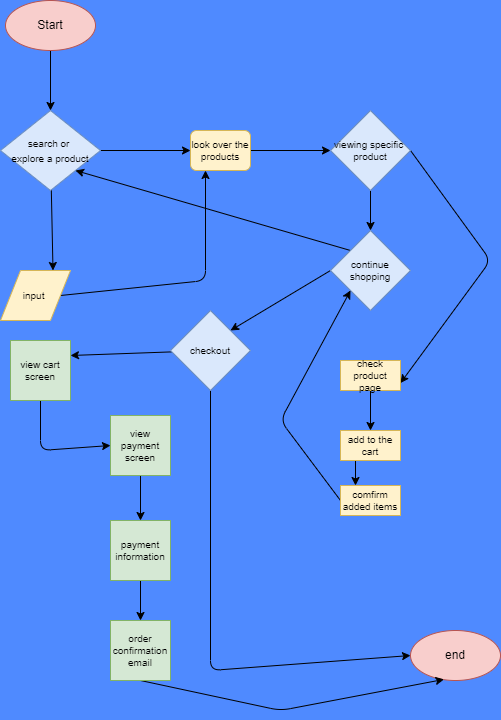
The draw.io diagram explore/diagramming/diagram.drawio.png in ojeengammah/fa22-cse110-lab4, before a commit. Source tidied: cells renumbered, new cells last; positions are measured from the earlier drawing's top-left corner, leaving out a move shared by most shapes.
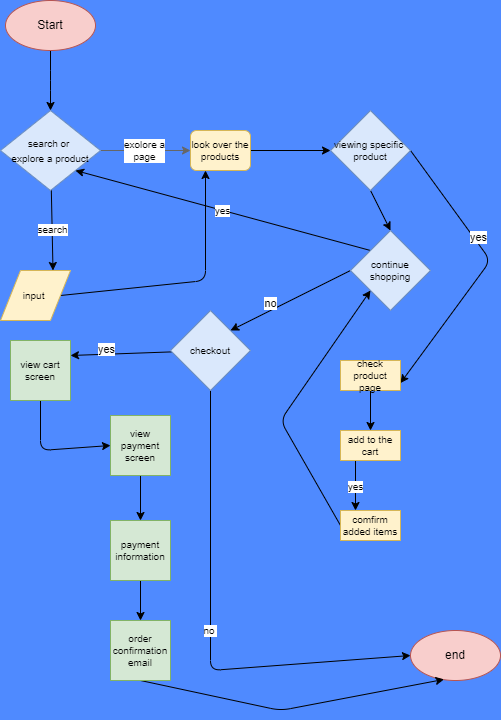
Above is the later version.

Diff of the diagram source:
```diff
@@ -3,15 +3,19 @@
     <mxCell id="0" />
     <mxCell id="1" parent="0" />
     <mxCell id="2" style="edgeStyle=none;html=1;fontSize=10;" parent="1" edge="1" source="3" target="6">
-      <mxGeometry relative="1" as="geometry" />
+      <mxGeometry relative="1" as="geometry">
+        <Array as="points">
+          <mxPoint x="50" y="80" />
+        </Array>
+      </mxGeometry>
     </mxCell>
     <mxCell id="3" value="Start" style="ellipse;whiteSpace=wrap;html=1;fillColor=#f8cecc;strokeColor=#b85450;" parent="1" vertex="1">
       <mxGeometry x="5" width="90" height="50" as="geometry" />
     </mxCell>
-    <mxCell id="4" style="edgeStyle=none;html=1;entryX=0.75;entryY=0;entryDx=0;entryDy=0;fontSize=10;" parent="1" edge="1" source="6" target="8">
+    <mxCell id="4" value="search" style="edgeStyle=none;html=1;entryX=0.75;entryY=0;entryDx=0;entryDy=0;fontSize=10;" parent="1" edge="1" source="6" target="8">
       <mxGeometry relative="1" as="geometry" />
     </mxCell>
-    <mxCell id="5" style="edgeStyle=none;html=1;entryX=0;entryY=0.5;entryDx=0;entryDy=0;fontSize=10;" parent="1" edge="1" source="6" target="10">
+    <mxCell id="5" value="exolore a&lt;br&gt;page" style="edgeStyle=none;html=1;entryX=0;entryY=0.5;entryDx=0;entryDy=0;fontSize=10;fillColor=#f5f5f5;strokeColor=#666666;" parent="1" edge="1" source="6" target="10">
       <mxGeometry relative="1" as="geometry" />
     </mxCell>
     <mxCell id="6" value="&lt;font style=&quot;font-size: 10px&quot;&gt;search or&amp;nbsp;&lt;br&gt;explore a product&lt;/font&gt;" style="rhombus;whiteSpace=wrap;html=1;fillColor=#dae8fc;strokeColor=#6c8ebf;" parent="1" vertex="1">
@@ -43,17 +47,25 @@
         </Array>
       </mxGeometry>
     </mxCell>
+    <mxCell id="35" value="yes" style="edgeLabel;html=1;align=center;verticalAlign=middle;" parent="12" vertex="1">
+      <mxGeometry x="-0.24" y="3" relative="1" as="geometry">
+        <mxPoint y="-1" as="offset" />
+      </mxGeometry>
+    </mxCell>
     <mxCell id="13" value="viewing specific&amp;nbsp;&lt;br&gt;product" style="rhombus;whiteSpace=wrap;html=1;fontSize=10;fillColor=#dae8fc;strokeColor=#6c8ebf;" parent="1" vertex="1">
       <mxGeometry x="330" y="110" width="80" height="80" as="geometry" />
     </mxCell>
     <mxCell id="14" style="edgeStyle=none;html=1;exitX=0;exitY=0.5;exitDx=0;exitDy=0;entryX=1;entryY=0;entryDx=0;entryDy=0;fontSize=10;" parent="1" edge="1" source="16" target="23">
       <mxGeometry relative="1" as="geometry" />
     </mxCell>
+    <mxCell id="36" value="no" style="edgeLabel;html=1;align=center;verticalAlign=middle;" parent="14" vertex="1">
+      <mxGeometry x="0.31" y="-7" relative="1" as="geometry" />
+    </mxCell>
-    <mxCell id="15" style="edgeStyle=none;html=1;exitX=0;exitY=0;exitDx=0;exitDy=0;entryX=1;entryY=1;entryDx=0;entryDy=0;fontSize=10;" parent="1" edge="1" source="16" target="6">
+    <mxCell id="15" value="yes" style="edgeStyle=none;html=1;exitX=0;exitY=0;exitDx=0;exitDy=0;entryX=1;entryY=1;entryDx=0;entryDy=0;fontSize=10;" parent="1" edge="1" source="16" target="6">
       <mxGeometry relative="1" as="geometry" />
     </mxCell>
     <mxCell id="16" value="continue shopping" style="rhombus;whiteSpace=wrap;html=1;fontSize=10;fillColor=#dae8fc;strokeColor=#6c8ebf;" parent="1" vertex="1">
-      <mxGeometry x="330" y="230" width="80" height="80" as="geometry" />
+      <mxGeometry x="350" y="230" width="80" height="80" as="geometry" />
     </mxCell>
     <mxCell id="17" style="edgeStyle=none;html=1;exitX=0;exitY=0.5;exitDx=0;exitDy=0;entryX=0;entryY=1;entryDx=0;entryDy=0;fontSize=10;" parent="1" edge="1" source="18" target="16">
       <mxGeometry relative="1" as="geometry">
@@ -63,9 +75,9 @@
       </mxGeometry>
     </mxCell>
     <mxCell id="18" value="comfirm added items" style="rounded=0;whiteSpace=wrap;html=1;fontSize=10;fillColor=#fff2cc;strokeColor=#d6b656;" parent="1" vertex="1">
-      <mxGeometry x="340" y="485" width="60" height="30" as="geometry" />
+      <mxGeometry x="340" y="510" width="60" height="30" as="geometry" />
     </mxCell>
-    <mxCell id="19" style="edgeStyle=none;html=1;exitX=0.25;exitY=1;exitDx=0;exitDy=0;entryX=0.25;entryY=0;entryDx=0;entryDy=0;fontSize=10;" parent="1" edge="1" source="20" target="18">
+    <mxCell id="19" value="yes&lt;br&gt;" style="edgeStyle=none;html=1;exitX=0.25;exitY=1;exitDx=0;exitDy=0;entryX=0.25;entryY=0;entryDx=0;entryDy=0;fontSize=10;" parent="1" edge="1" source="20" target="18">
       <mxGeometry relative="1" as="geometry" />
     </mxCell>
     <mxCell id="20" value="add to the cart" style="rounded=0;whiteSpace=wrap;html=1;fontSize=10;fillColor=#fff2cc;strokeColor=#d6b656;" parent="1" vertex="1">
@@ -74,7 +86,10 @@
     <mxCell id="21" style="edgeStyle=none;html=1;entryX=1;entryY=0.25;entryDx=0;entryDy=0;fontSize=10;" parent="1" edge="1" source="23" target="26">
       <mxGeometry relative="1" as="geometry" />
     </mxCell>
+    <mxCell id="37" value="yes" style="edgeLabel;html=1;align=center;verticalAlign=middle;" parent="21" vertex="1">
+      <mxGeometry x="0.29" y="-5" relative="1" as="geometry" />
+    </mxCell>
-    <mxCell id="22" style="edgeStyle=none;html=1;exitX=0.5;exitY=1;exitDx=0;exitDy=0;entryX=0;entryY=0.5;entryDx=0;entryDy=0;fontSize=10;" parent="1" edge="1" source="23" target="24">
+    <mxCell id="22" value="no&amp;nbsp;" style="edgeStyle=none;html=1;exitX=0.5;exitY=1;exitDx=0;exitDy=0;entryX=0;entryY=0.5;entryDx=0;entryDy=0;fontSize=10;" parent="1" edge="1" source="23" target="24">
       <mxGeometry relative="1" as="geometry">
         <Array as="points">
           <mxPoint x="210" y="670" />
```
